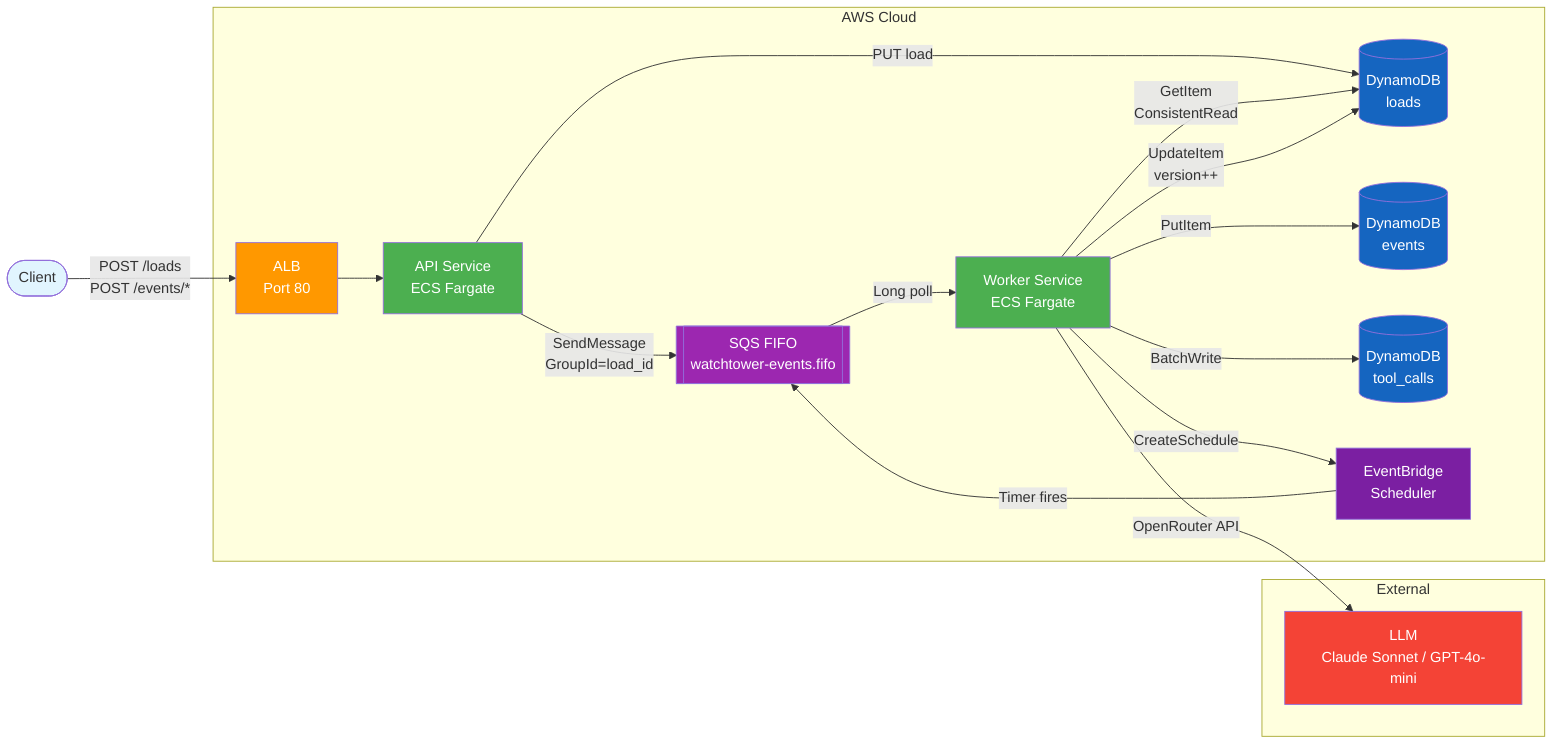
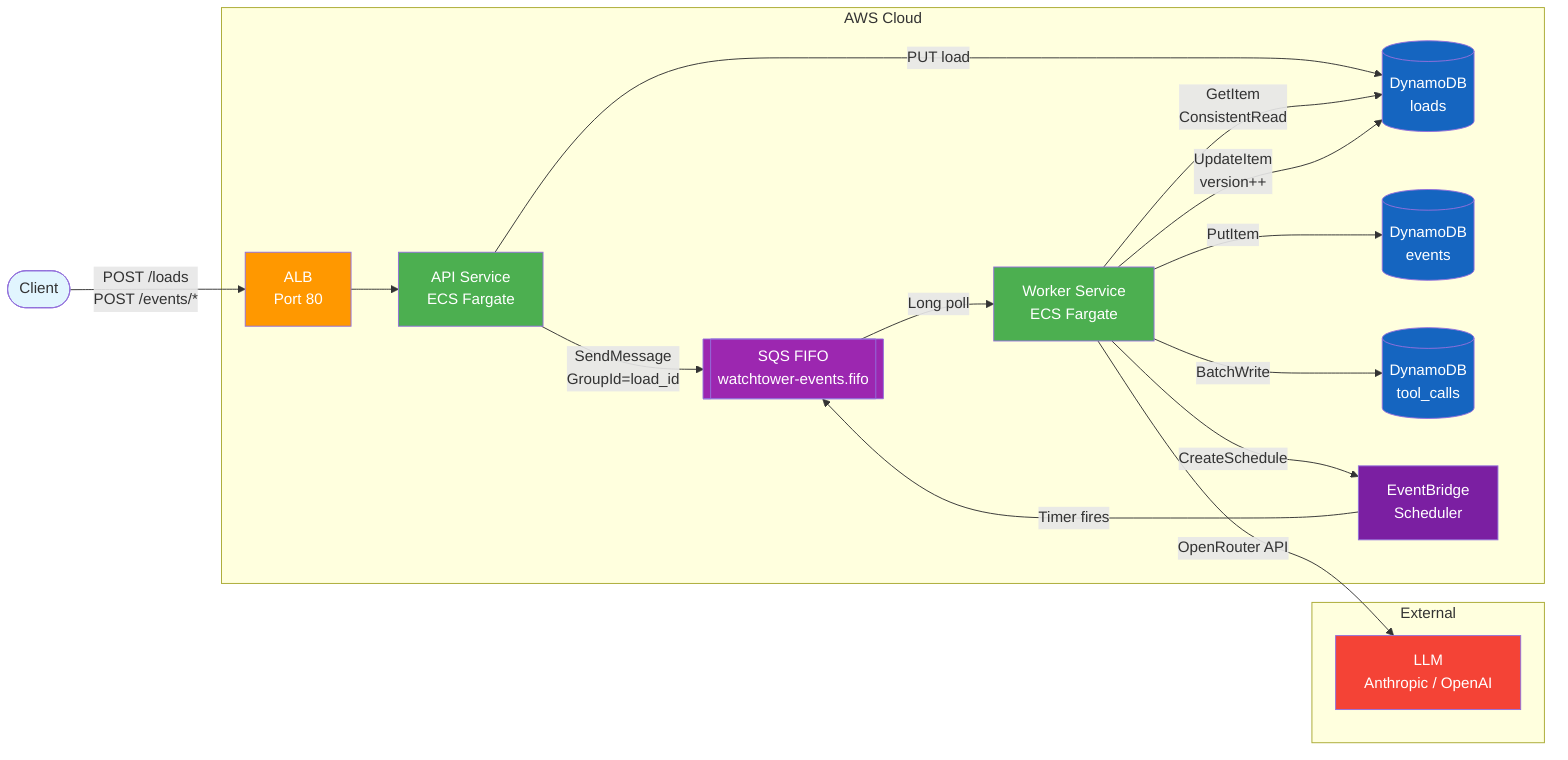
graph LR
    Client([Client]) -->|POST /loads<br/>POST /events/*| ALB[ALB<br/>Port 80]
    ALB --> API[API Service<br/>ECS Fargate]
    API -->|PUT load| DynamoDB[(DynamoDB<br/>loads)]
    API -->|SendMessage<br/>GroupId=load_id| SQS[[SQS FIFO<br/>watchtower-events.fifo]]
    SQS -->|Long poll| Worker[Worker Service<br/>ECS Fargate]
    Worker -->|GetItem<br/>ConsistentRead| DynamoDB
    Worker -->|UpdateItem<br/>version++| DynamoDB
    Worker -->|PutItem| Events[(DynamoDB<br/>events)]
    Worker -->|BatchWrite| ToolCalls[(DynamoDB<br/>tool_calls)]
    Worker -->|CreateSchedule| Scheduler[EventBridge<br/>Scheduler]
    Scheduler -->|Timer fires| SQS
-     Worker -->|OpenRouter API| LLM[LLM<br/>Claude Sonnet / GPT-4o-mini]
+     Worker -->|OpenRouter API| LLM[LLM<br/>Anthropic / OpenAI]

    subgraph AWS Cloud
        ALB
        API
        SQS
        Worker
        DynamoDB
        Events
        ToolCalls
        Scheduler
    end

    subgraph External
        LLM
    end

    style Client fill:#e1f5fe
    style ALB fill:#ff9800,color:#fff
    style API fill:#4caf50,color:#fff
    style Worker fill:#4caf50,color:#fff
    style SQS fill:#9c27b0,color:#fff
    style DynamoDB fill:#1565c0,color:#fff
    style Events fill:#1565c0,color:#fff
    style ToolCalls fill:#1565c0,color:#fff
    style Scheduler fill:#7b1fa2,color:#fff
    style LLM fill:#f44336,color:#fff
